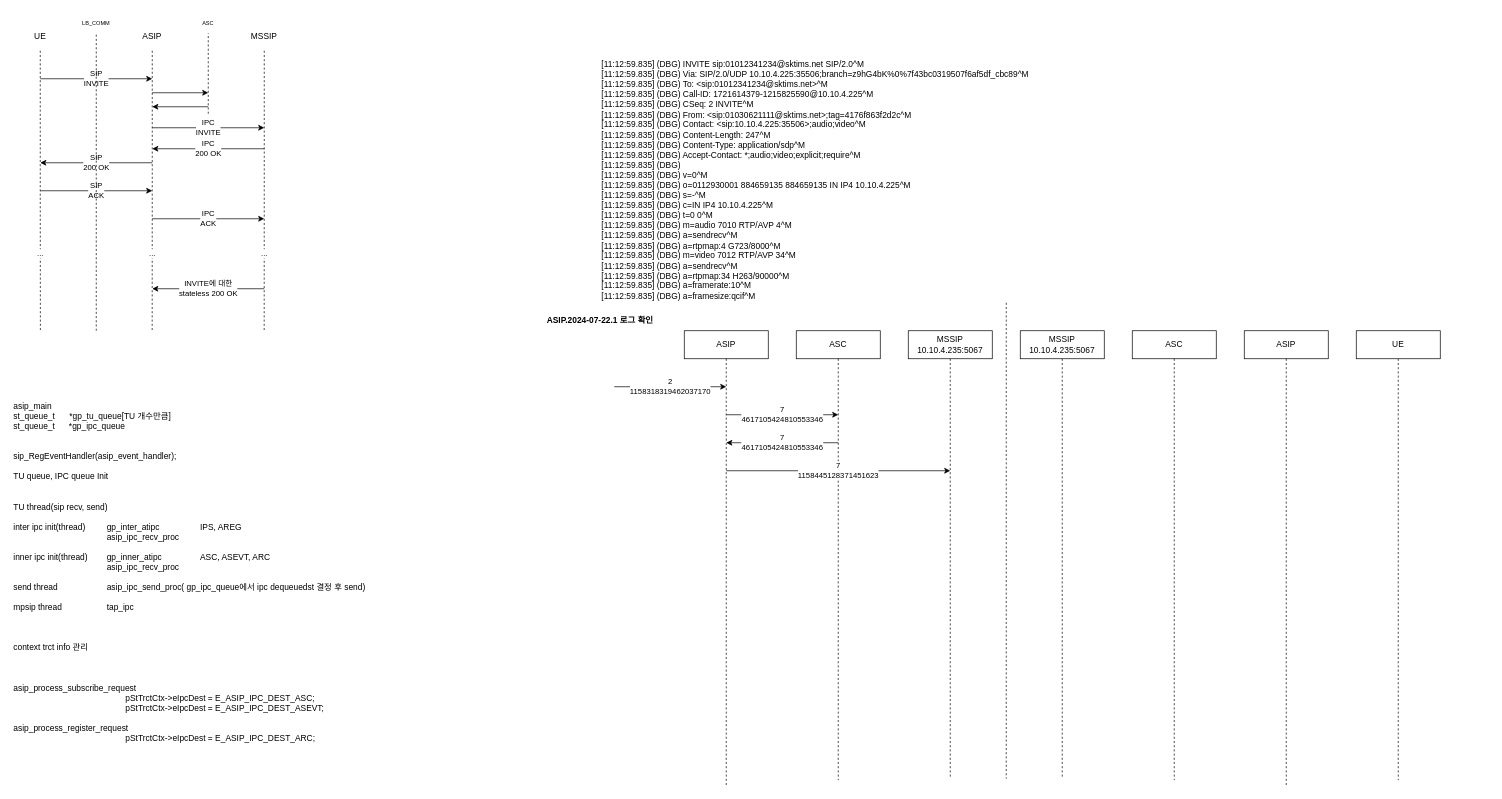
JaeHyeon774/NEWTIL keeps this draw.io diagram as ATIPC.drawio. Above is the earlier version. Source tidied: cells renumbered, new cells numbered last; positions are measured from the earlier drawing's top-left corner, leaving out a move shared by most shapes. Both pictures are drawn from the tidied source at 70%, with x=0, y=0 at pixel (12, 12).
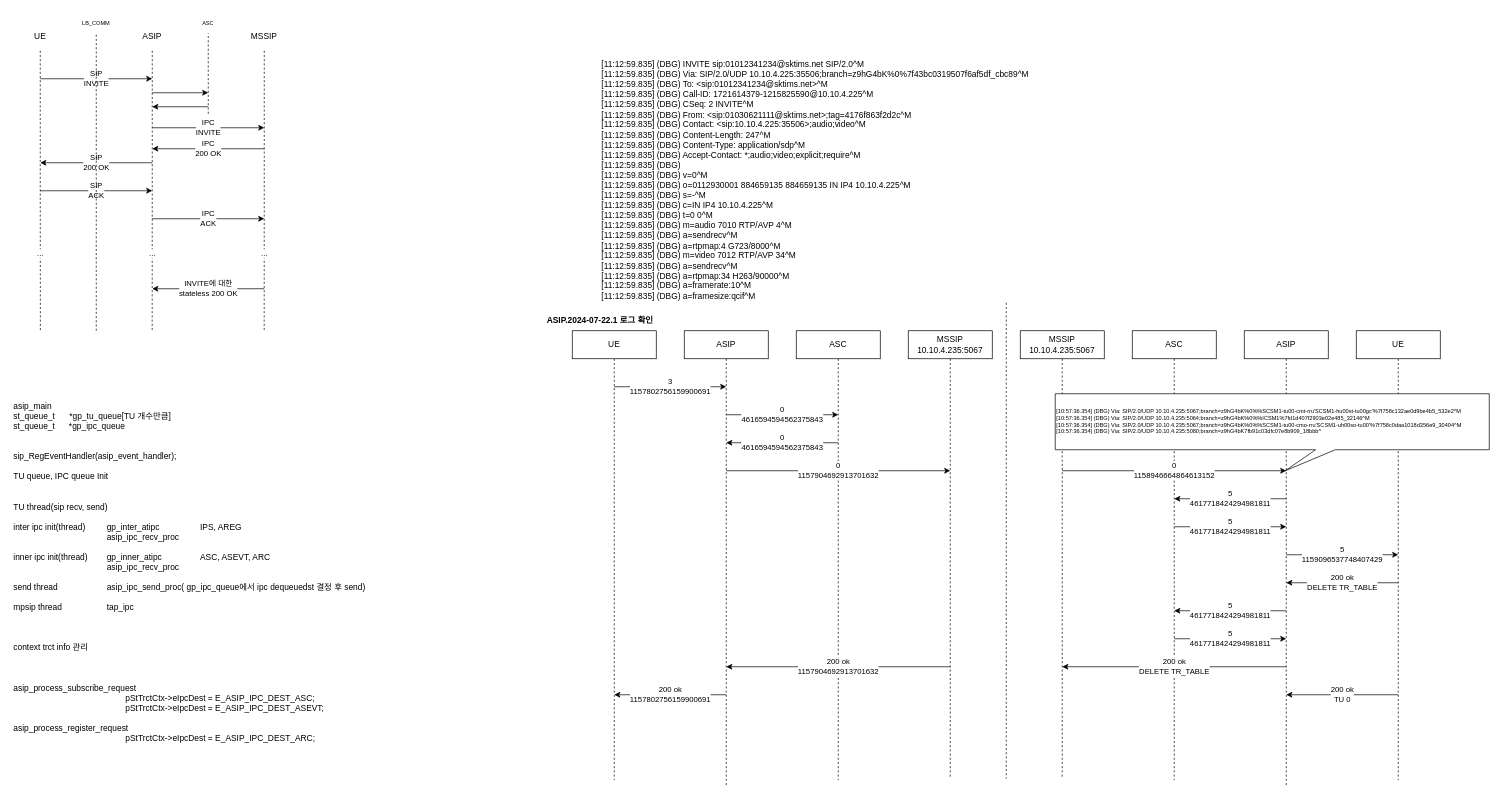
Above is the later version.

Diff of the diagram source:
```diff
@@
-    <mxCell id="31" value="2&lt;div&gt;1158318319462037170&lt;br&gt;&lt;/div&gt;" style="endArrow=classic;html=1;rounded=0;" parent="1" edge="1">
+    <mxCell id="31" value="&lt;div&gt;3&lt;/div&gt;&lt;div&gt;1157802756159900691&lt;br&gt;&lt;/div&gt;" style="endArrow=classic;html=1;rounded=0;" parent="1" edge="1">
       <mxGeometry relative="1" as="geometry">
         <mxPoint x="860" y="535" as="sourcePoint" />
         <mxPoint x="1020" y="535" as="targetPoint" />
       </mxGeometry>
     </mxCell>
-    <mxCell id="32" value="7&lt;div&gt;4617105424810553346&lt;br&gt;&lt;/div&gt;" style="endArrow=classic;html=1;rounded=0;" parent="1" edge="1">
+    <mxCell id="32" value="&lt;div&gt;0&lt;/div&gt;&lt;div&gt;4616594594562375843&lt;br&gt;&lt;/div&gt;" style="endArrow=classic;html=1;rounded=0;" parent="1" edge="1">
       <mxGeometry relative="1" as="geometry">
         <mxPoint x="1020" y="575" as="sourcePoint" />
         <mxPoint x="1180" y="575" as="targetPoint" />
       </mxGeometry>
     </mxCell>
-    <mxCell id="33" value="7&lt;div&gt;1158445128371451623&lt;br&gt;&lt;/div&gt;" style="endArrow=classic;html=1;rounded=0;" parent="1" edge="1">
+    <mxCell id="33" value="&lt;div&gt;0&lt;/div&gt;&lt;div&gt;1157904692913701632&lt;br&gt;&lt;/div&gt;" style="endArrow=classic;html=1;rounded=0;" parent="1" edge="1">
       <mxGeometry relative="1" as="geometry">
         <mxPoint x="1020" y="655" as="sourcePoint" />
         <mxPoint x="1340" y="655" as="targetPoint" />
       </mxGeometry>
     </mxCell>
-    <mxCell id="34" value="&lt;div&gt;7&lt;/div&gt;4617105424810553346" style="endArrow=classic;html=1;rounded=0;" parent="1" edge="1">
+    <mxCell id="34" value="0&lt;div&gt;4616594594562375843&lt;div&gt;&lt;/div&gt;&lt;/div&gt;" style="endArrow=classic;html=1;rounded=0;" parent="1" edge="1">
       <mxGeometry relative="1" as="geometry">
         <mxPoint x="1180" y="615" as="sourcePoint" />
         <mxPoint x="1020" y="615" as="targetPoint" />
       </mxGeometry>
     </mxCell>
@@
+    <mxCell id="43" style="edgeStyle=orthogonalEdgeStyle;rounded=0;jettySize=auto;html=1;exitX=0.5;exitY=1;exitDx=0;exitDy=0;dashed=1;endArrow=none;endFill=0;" parent="1" edge="1" source="44">
+      <mxGeometry relative="1" as="geometry">
+        <mxPoint x="860" y="1097" as="targetPoint" />
+      </mxGeometry>
+    </mxCell>
+    <mxCell id="44" value="UE" style="rounded=0;whiteSpace=wrap;html=1;" parent="1" vertex="1">
+      <mxGeometry x="800" y="455" width="120" height="40" as="geometry" />
+    </mxCell>
+    <mxCell id="45" value="&lt;div&gt;5&lt;/div&gt;&lt;div&gt;4617718424294981811&lt;br&gt;&lt;/div&gt;" style="endArrow=classic;html=1;rounded=0;" parent="1" edge="1">
+      <mxGeometry relative="1" as="geometry">
+        <mxPoint x="1820" y="695" as="sourcePoint" />
+        <mxPoint x="1660" y="695" as="targetPoint" />
+      </mxGeometry>
+    </mxCell>
+    <mxCell id="46" value="5&lt;div&gt;1159096537748407429&lt;br&gt;&lt;/div&gt;" style="endArrow=classic;html=1;rounded=0;" parent="1" edge="1">
+      <mxGeometry relative="1" as="geometry">
+        <mxPoint x="1820" y="775" as="sourcePoint" />
+        <mxPoint x="1980" y="775" as="targetPoint" />
+      </mxGeometry>
+    </mxCell>
+    <mxCell id="47" value="0&lt;div&gt;1158946664864613152&lt;/div&gt;" style="endArrow=classic;html=1;rounded=0;" parent="1" edge="1">
+      <mxGeometry relative="1" as="geometry">
+        <mxPoint x="1500" y="655" as="sourcePoint" />
+        <mxPoint x="1820" y="655" as="targetPoint" />
+      </mxGeometry>
+    </mxCell>
+    <mxCell id="48" value="&lt;div&gt;200 ok&lt;/div&gt;&lt;div&gt;1157904692913701632&lt;br&gt;&lt;/div&gt;" style="endArrow=classic;html=1;rounded=0;" parent="1" edge="1">
+      <mxGeometry relative="1" as="geometry">
+        <mxPoint x="1340" y="935" as="sourcePoint" />
+        <mxPoint x="1020" y="935" as="targetPoint" />
+      </mxGeometry>
+    </mxCell>
+    <mxCell id="49" value="&lt;div&gt;5&lt;/div&gt;&lt;div&gt;4617718424294981811&lt;br&gt;&lt;/div&gt;" style="endArrow=classic;html=1;rounded=0;" parent="1" edge="1">
+      <mxGeometry relative="1" as="geometry">
+        <mxPoint x="1660" y="735" as="sourcePoint" />
+        <mxPoint x="1820" y="735" as="targetPoint" />
+      </mxGeometry>
+    </mxCell>
+    <mxCell id="50" value="200 ok&lt;div&gt;DELETE TR_TABLE&lt;br&gt;&lt;/div&gt;" style="endArrow=classic;html=1;rounded=0;" parent="1" edge="1">
+      <mxGeometry relative="1" as="geometry">
+        <mxPoint x="1980" y="815" as="sourcePoint" />
+        <mxPoint x="1820" y="815" as="targetPoint" />
+      </mxGeometry>
+    </mxCell>
+    <mxCell id="51" value="200 ok&lt;div&gt;DELETE TR_TABLE&lt;br&gt;&lt;/div&gt;" style="endArrow=classic;html=1;rounded=0;" parent="1" edge="1">
+      <mxGeometry relative="1" as="geometry">
+        <mxPoint x="1820" y="935" as="sourcePoint" />
+        <mxPoint x="1500" y="935" as="targetPoint" />
+      </mxGeometry>
+    </mxCell>
+    <mxCell id="52" value="&lt;div&gt;5&lt;/div&gt;&lt;div&gt;4617718424294981811&lt;br&gt;&lt;/div&gt;" style="endArrow=classic;html=1;rounded=0;" parent="1" edge="1">
+      <mxGeometry relative="1" as="geometry">
+        <mxPoint x="1820" y="855" as="sourcePoint" />
+        <mxPoint x="1660" y="855" as="targetPoint" />
+      </mxGeometry>
+    </mxCell>
+    <mxCell id="53" value="&lt;div&gt;5&lt;/div&gt;&lt;div&gt;4617718424294981811&lt;br&gt;&lt;/div&gt;" style="endArrow=classic;html=1;rounded=0;" parent="1" edge="1">
+      <mxGeometry relative="1" as="geometry">
+        <mxPoint x="1660" y="895" as="sourcePoint" />
+        <mxPoint x="1820" y="895" as="targetPoint" />
+      </mxGeometry>
+    </mxCell>
+    <mxCell id="54" value="&lt;div&gt;200 ok&lt;/div&gt;&lt;div&gt;1157802756159900691&lt;br&gt;&lt;/div&gt;" style="endArrow=classic;html=1;rounded=0;" parent="1" edge="1">
+      <mxGeometry relative="1" as="geometry">
+        <mxPoint x="1020" y="975" as="sourcePoint" />
+        <mxPoint x="860" y="975" as="targetPoint" />
+      </mxGeometry>
+    </mxCell>
+    <mxCell id="55" value="200 ok&lt;div&gt;TU 0&lt;/div&gt;" style="endArrow=classic;html=1;rounded=0;" parent="1" edge="1">
+      <mxGeometry relative="1" as="geometry">
+        <mxPoint x="1980" y="975" as="sourcePoint" />
+        <mxPoint x="1820" y="975" as="targetPoint" />
+      </mxGeometry>
+    </mxCell>
+    <mxCell id="56" value="&lt;div style=&quot;font-size: 8px;&quot;&gt;&lt;font style=&quot;font-size: 8px;&quot;&gt;[10:57:36.354] (DBG) Via: SIP/2.0/UDP 10.10.4.235:5067;branch=z9hG4bK%0%%SCSM1-tu00-cmt-rru'SCSM1-hu00st-tu00gc'%7f758c132ae0d9be4b5_532e2^M&lt;/font&gt;&lt;/div&gt;&lt;div style=&quot;font-size: 8px;&quot;&gt;&lt;font style=&quot;font-size: 8px;&quot;&gt;[10:57:36.354] (DBG) Via: SIP/2.0/UDP 10.10.4.235:5064;branch=z9hG4bK%0%%ICSM1%7fd1d407f2903e02e485_32146^M&lt;/font&gt;&lt;/div&gt;&lt;div style=&quot;font-size: 8px;&quot;&gt;&lt;font style=&quot;font-size: 8px;&quot;&gt;[10:57:36.354] (DBG) Via: SIP/2.0/UDP 10.10.4.235:5067;branch=z9hG4bK%0%%SCSM1-tu00-cmo-rru'SCSM1-uh00so-tu00'%7f758c0daa1018d356e9_30404^M&lt;/font&gt;&lt;/div&gt;&lt;div style=&quot;font-size: 8px;&quot;&gt;&lt;font style=&quot;font-size: 8px;&quot;&gt;[10:57:36.354] (DBG) Via: SIP/2.0/UDP 10.10.4.235:5080;branch=z9hG4bK7fb91c03dfc07e8b909_18bbb^&lt;/font&gt;&lt;/div&gt;" style="shape=callout;whiteSpace=wrap;html=1;perimeter=calloutPerimeter;base=28;size=30;position=0.6;position2=0.53;align=left;" parent="1" vertex="1">
+      <mxGeometry x="1490" y="545" width="620" height="110" as="geometry" />
+    </mxCell>
```
